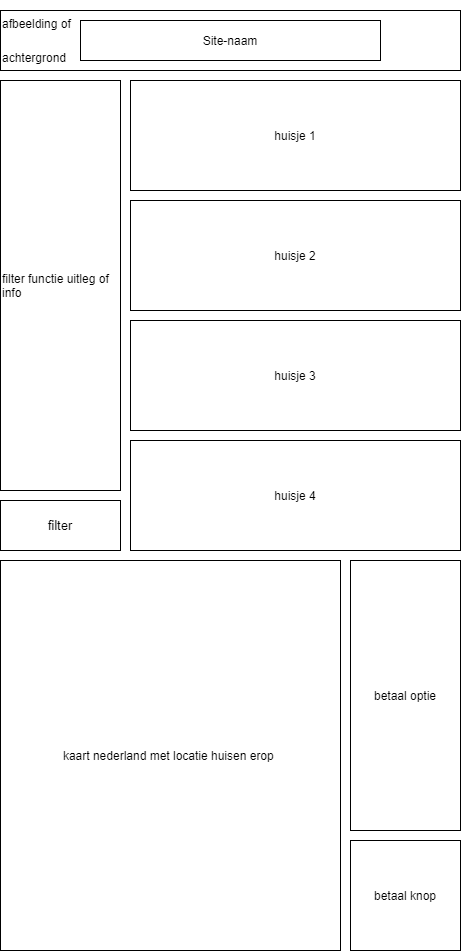
chillipepper333/Challenge-BNB keeps this draw.io diagram as 01-Challenge/Taak02-Ontwerpen/student-wireframe.drawio.png. Above is the earlier version. Source tidied: cells renumbered, new cells last; positions are measured from the earlier drawing's top-left corner, leaving out a move shared by most shapes.
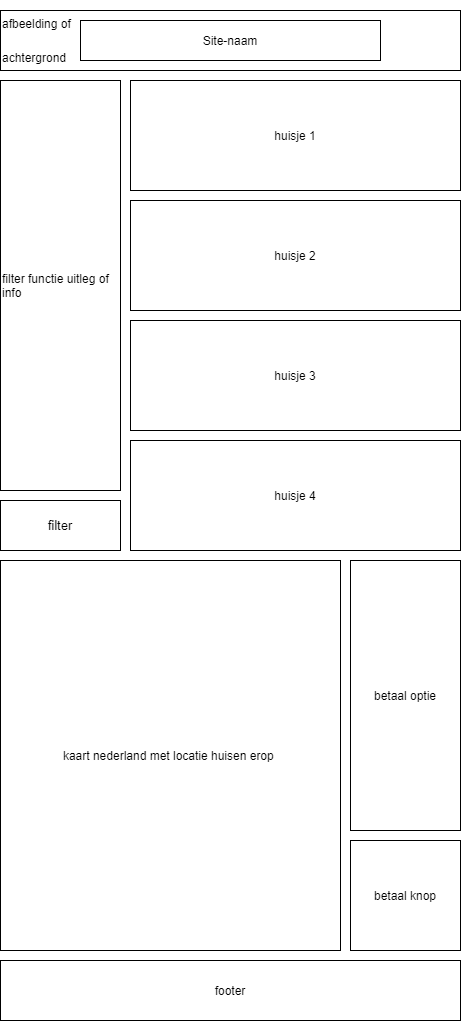
Above is the later version.

What changed in the source:
```diff
@@ -35,5 +35,8 @@
     <mxCell id="12" value="betaal optie" style="whiteSpace=wrap;html=1;" parent="1" vertex="1">
       <mxGeometry x="350" y="550" width="110" height="270" as="geometry" />
     </mxCell>
+    <mxCell id="13" value="footer" style="whiteSpace=wrap;html=1;" parent="1" vertex="1">
+      <mxGeometry y="950" width="460" height="60" as="geometry" />
+    </mxCell>
   </root>
 </mxGraphModel>
```
